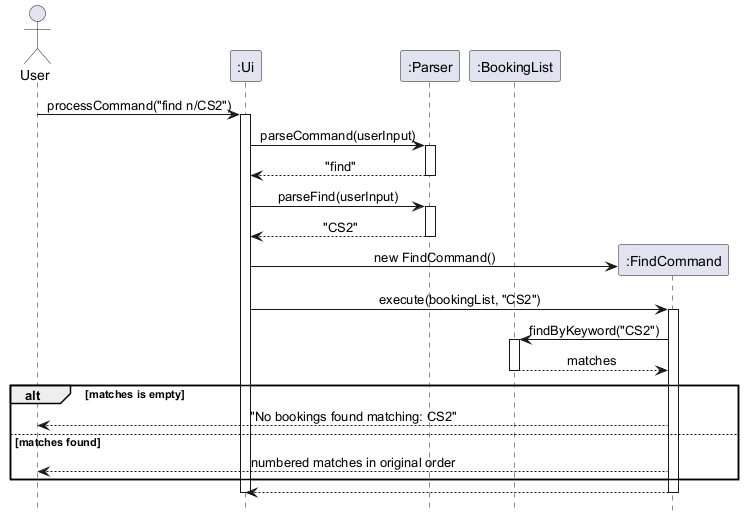
AY2627S1-CS2113-W14-2/tp keeps this PlantUML diagram as docs/UMLDiagrams/FindCommandSequenceDiagram.png. Above is the earlier version.
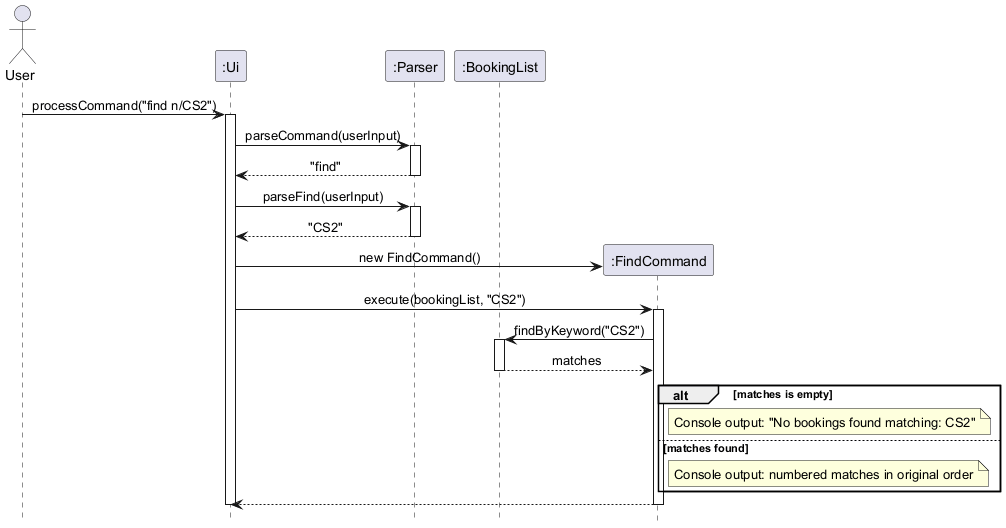
Later version of the same file.

Diff of the diagram source:
```diff
@@ -34,9 +34,9 @@
 deactivate Bookings
 
 alt matches is empty
-    Find --> User: "No bookings found matching: CS2"
+    note right of Find: Console output: "No bookings found matching: CS2"
 else matches found
-    Find --> User: numbered matches in original order
+    note right of Find: Console output: numbered matches in original order
 end
 
 Find --> UI
```
